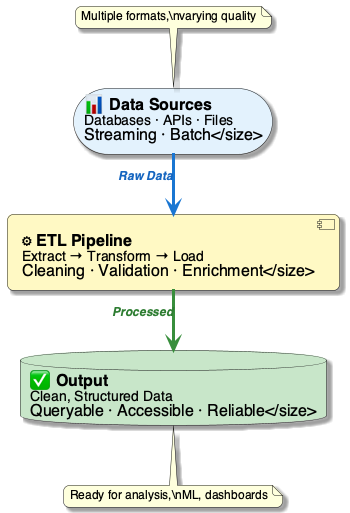
Earlier version of the PlantUML export diagrams/week01/week1_what_is_de.png (OrPerets/data-engineering-course).
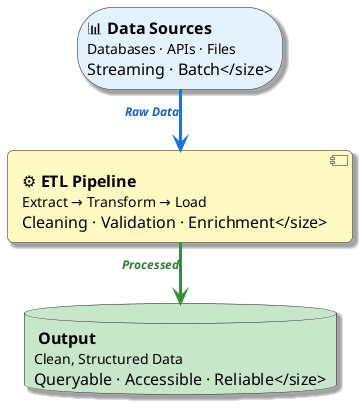
Above is the later version.

What changed in the source:
```diff
@@ -20,24 +20,13 @@
     FontStyle italic
 }
 
-storage "📊 **Data Sources**\n<size:14>Databases · APIs · Files\nStreaming · Batch</size>" as S #E3F2FD {
-}
+storage "📊 **Data Sources**\n<size:14>Databases · APIs · Files\nStreaming · Batch</size>" as S #E3F2FD
 
-component "⚙️ **ETL Pipeline**\n<size:14>Extract → Transform → Load\nCleaning · Validation · Enrichment</size>" as P #FFF9C4 {
-}
+component "⚙️ **ETL Pipeline**\n<size:14>Extract → Transform → Load\nCleaning · Validation · Enrichment</size>" as P #FFF9C4
 
-database "✅ **Output**\n<size:14>Clean, Structured Data\nQueryable · Accessible · Reliable</size>" as O #C8E6C9 {
-}
+database "✅ **Output**\n<size:14>Clean, Structured Data\nQueryable · Accessible · Reliable</size>" as O #C8E6C9
 
 S -[#1976D2,thickness=3]-> P : <size:12><color:#1565C0>**Raw Data**</color></size>
 P -[#388E3C,thickness=3]-> O : <size:12><color:#2E7D32>**Processed**</color></size>
 
-note top of S
-  <size:12>Multiple formats,\nvarying quality</size>
-end note
-
-note bottom of O
-  <size:12>Ready for analysis,\nML, dashboards</size>
-end note
-
 @enduml
```
